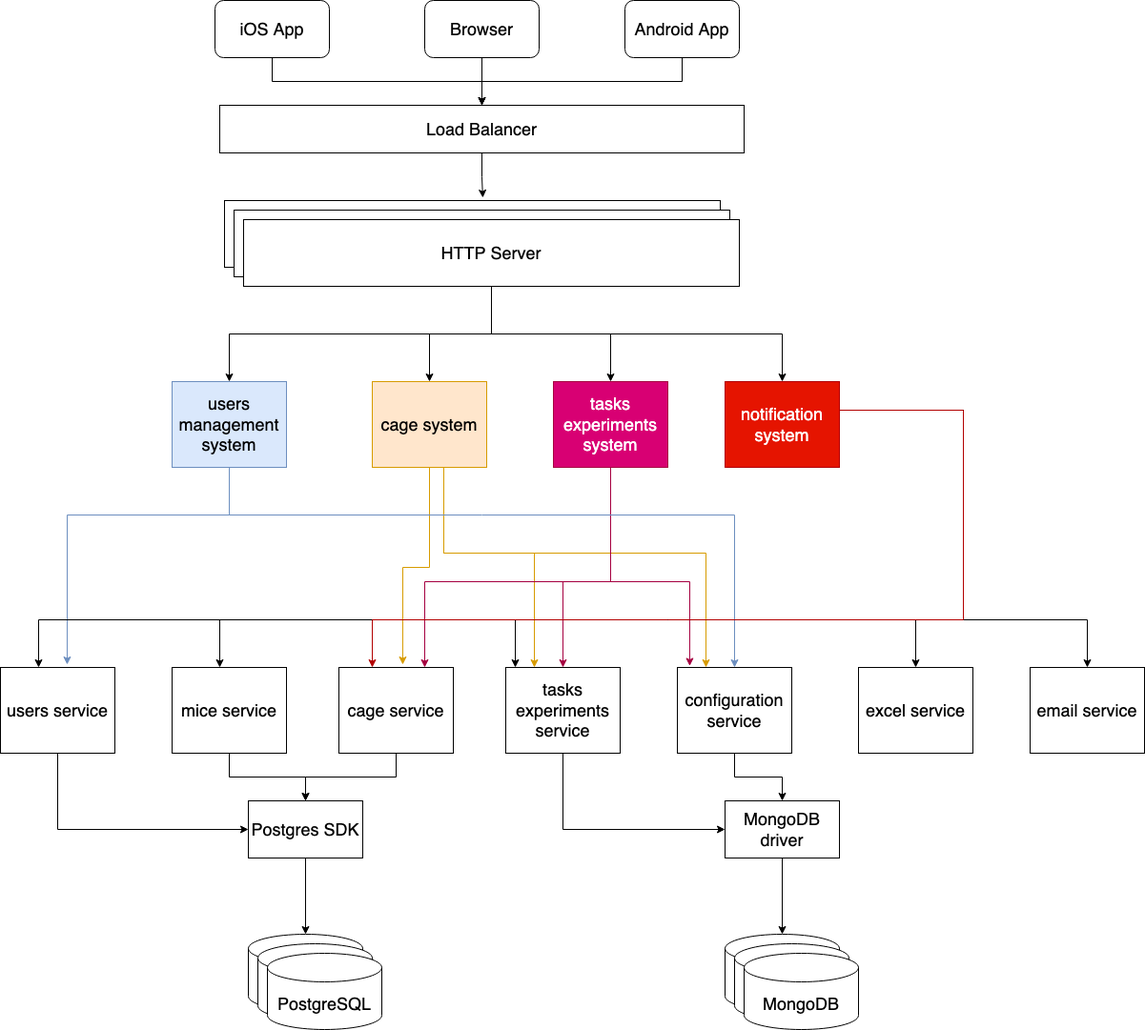
The draw.io diagram algo/Untitled Diagram.drawio.png in nathanusask/backend-studies, before a commit. Source tidied: cells renumbered, new cells last; positions are measured from the earlier drawing's top-left corner, leaving out a move shared by most shapes.
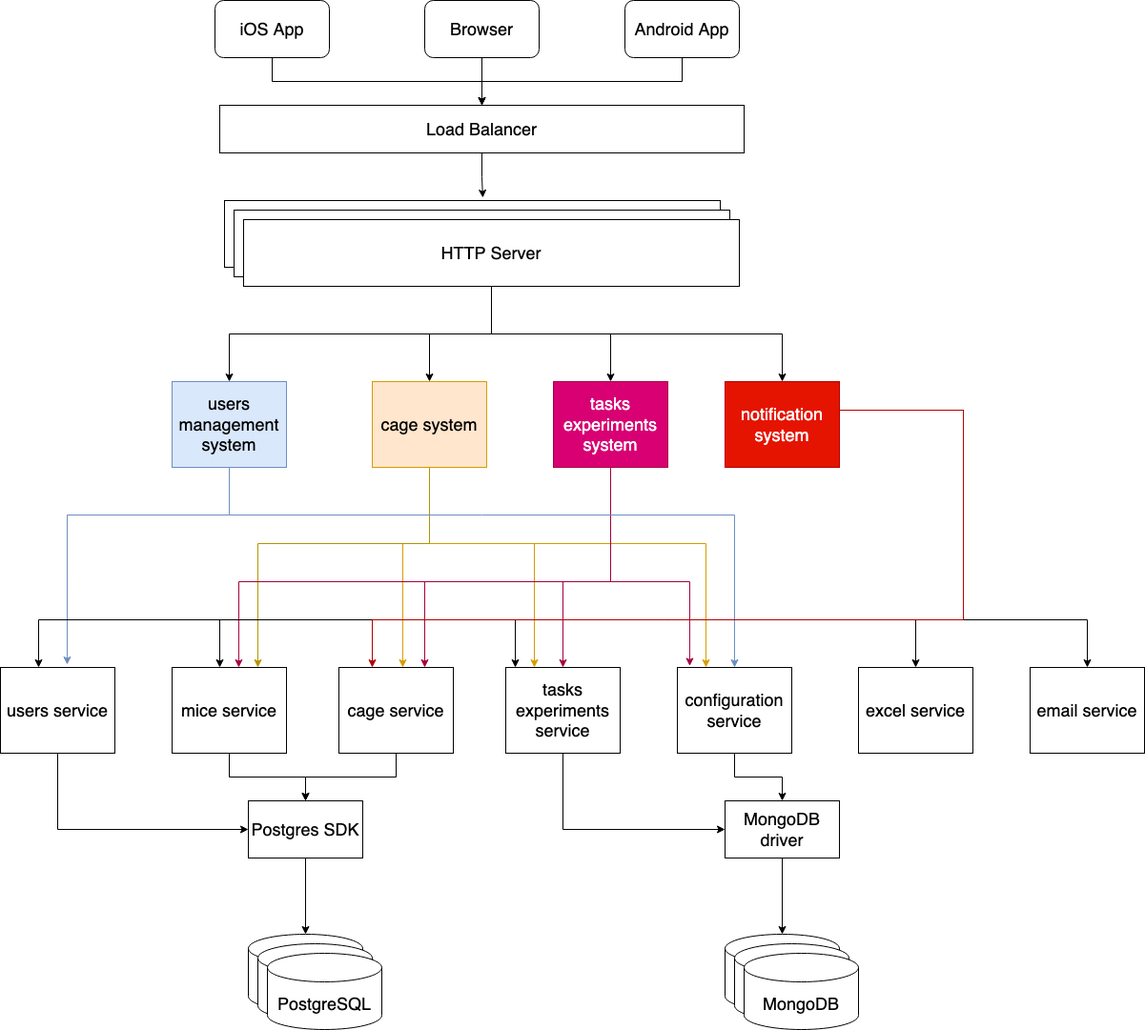
After the change.

Diff of the diagram source:
```diff
@@ -80,25 +80,38 @@
     <mxCell id="27" value="MongoDB driver" style="rounded=0;whiteSpace=wrap;html=1;fontSize=18;" parent="21" vertex="1">
       <mxGeometry width="120" height="60" as="geometry" />
     </mxCell>
-    <mxCell id="28" style="edgeStyle=orthogonalEdgeStyle;rounded=0;jettySize=auto;html=1;entryX=0.558;entryY=-0.033;entryDx=0;entryDy=0;entryPerimeter=0;strokeColor=#d79b00;fillColor=#ffe6cc;fontSize=18;" parent="1" edge="1" source="31" target="49">
-      <mxGeometry relative="1" as="geometry" />
+    <mxCell id="28" style="edgeStyle=orthogonalEdgeStyle;rounded=0;jettySize=auto;html=1;entryX=0.558;entryY=0;entryDx=0;entryDy=0;entryPerimeter=0;strokeColor=#d79b00;fillColor=#ffe6cc;fontSize=18;" parent="1" edge="1" source="31" target="49">
+      <mxGeometry relative="1" as="geometry">
+        <Array as="points">
+          <mxPoint x="450" y="570" />
+          <mxPoint x="422" y="570" />
+        </Array>
+      </mxGeometry>
     </mxCell>
     <mxCell id="29" style="edgeStyle=orthogonalEdgeStyle;rounded=0;jettySize=auto;html=1;entryX=0.25;entryY=0;entryDx=0;entryDy=0;strokeColor=#d79b00;fillColor=#ffe6cc;fontSize=18;" parent="1" edge="1" source="31" target="51">
       <mxGeometry relative="1" as="geometry">
         <Array as="points">
-          <mxPoint x="465" y="580" />
-          <mxPoint x="560" y="580" />
+          <mxPoint x="450" y="570" />
+          <mxPoint x="560" y="570" />
         </Array>
       </mxGeometry>
     </mxCell>
     <mxCell id="30" style="edgeStyle=orthogonalEdgeStyle;rounded=0;jettySize=auto;html=1;strokeColor=#d79b00;fillColor=#ffe6cc;entryX=0.25;entryY=0;entryDx=0;entryDy=0;fontSize=18;" parent="1" edge="1" source="31" target="53">
       <mxGeometry relative="1" as="geometry">
         <Array as="points">
-          <mxPoint x="465" y="580" />
-          <mxPoint x="740" y="580" />
+          <mxPoint x="450" y="570" />
+          <mxPoint x="740" y="570" />
         </Array>
       </mxGeometry>
     </mxCell>
+    <mxCell id="62" style="edgeStyle=orthogonalEdgeStyle;rounded=0;jettySize=auto;html=1;entryX=0.75;entryY=0;entryDx=0;entryDy=0;fillColor=#e3c800;strokeColor=#B09500;" parent="1" edge="1" source="31" target="47">
+      <mxGeometry relative="1" as="geometry">
+        <Array as="points">
+          <mxPoint x="450" y="570" />
+          <mxPoint x="270" y="570" />
+        </Array>
+      </mxGeometry>
+    </mxCell>
     <mxCell id="31" value="cage system" style="rounded=0;whiteSpace=wrap;html=1;fillColor=#ffe6cc;strokeColor=#d79b00;fontSize=18;" parent="1" vertex="1">
       <mxGeometry x="390" y="400" width="120" height="90" as="geometry" />
     </mxCell>
@@ -126,6 +139,14 @@
         </Array>
       </mxGeometry>
     </mxCell>
+    <mxCell id="63" style="edgeStyle=orthogonalEdgeStyle;rounded=0;jettySize=auto;html=1;entryX=0.583;entryY=0;entryDx=0;entryDy=0;entryPerimeter=0;fillColor=#d80073;strokeColor=#A50040;" parent="1" edge="1" source="35" target="47">
+      <mxGeometry relative="1" as="geometry">
+        <Array as="points">
+          <mxPoint x="640" y="610" />
+          <mxPoint x="250" y="610" />
+        </Array>
+      </mxGeometry>
+    </mxCell>
     <mxCell id="35" value="tasks&lt;br&gt;experiments system" style="rounded=0;whiteSpace=wrap;html=1;fillColor=#d80073;fontColor=#ffffff;strokeColor=#A50040;fontSize=18;" parent="1" vertex="1">
       <mxGeometry x="580" y="400" width="120" height="90" as="geometry" />
     </mxCell>
```
